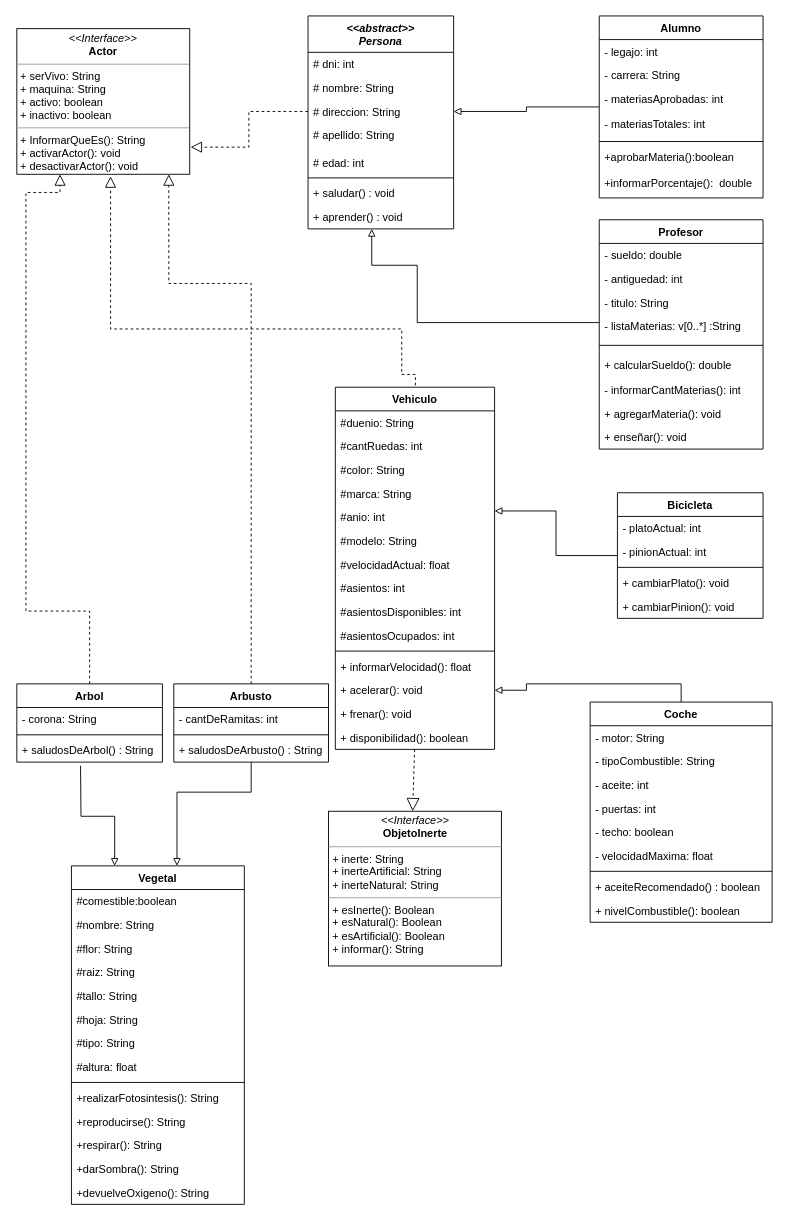
The draw.io diagram Untitled Diagram.drawio in alex90o/DiagramaDeClasesTpDigit, before the edit. Source tidied: cells renumbered, new cells numbered last; positions are measured from the earlier drawing's top-left corner, leaving out a move shared by most shapes. Both pictures are drawn from the tidied source at 91%, with x=0, y=0 at pixel (16, 15).
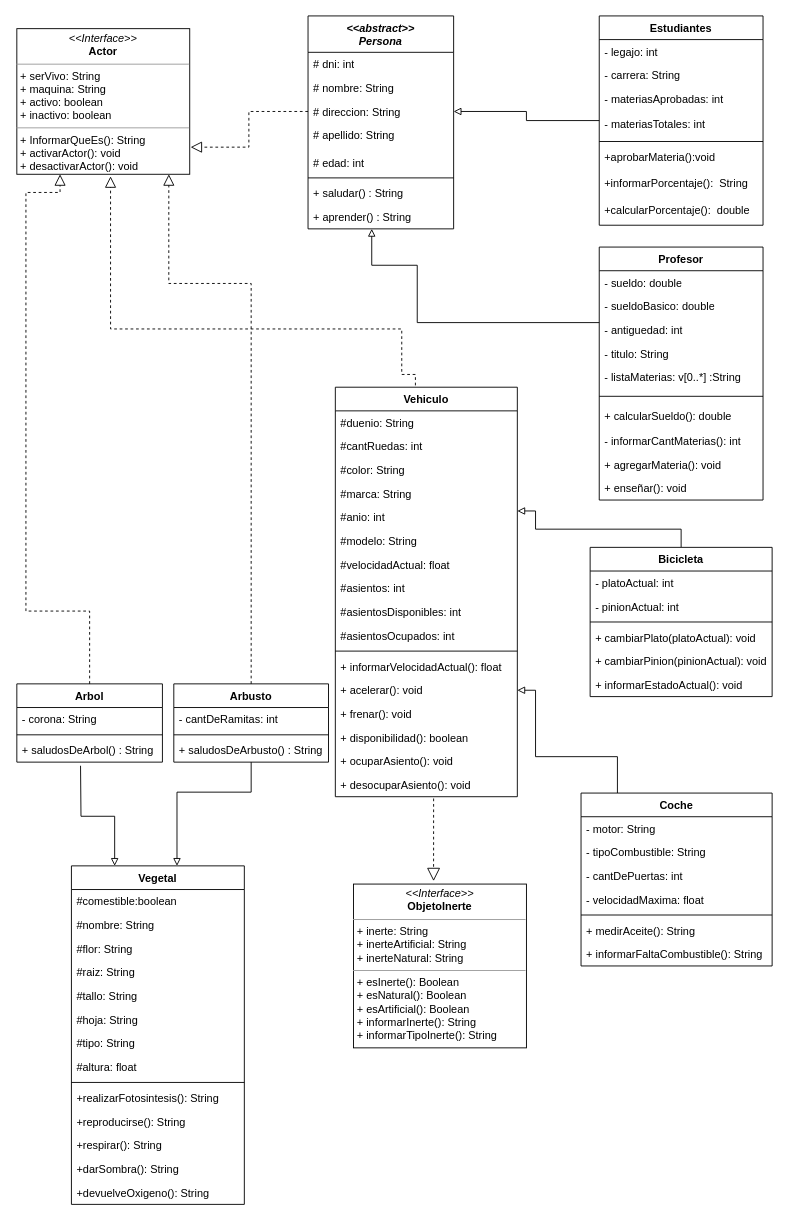
The same page after the edit.

Unchanged cells that the change refers to:
```xml
<mxCell id="4" value="&lt;&lt;abstract&gt;&gt;&#10;Persona" style="swimlane;fontStyle=3;align=center;verticalAlign=top;horizontal=1;startSize=40;" parent="1" vertex="1">
  <mxGeometry x="320" width="160" height="234" as="geometry" />
</mxCell>
```

Diff of the diagram source:
```diff
@@
-    <mxCell id="11" value="+ saludar() : void" style="text;strokeColor=none;fillColor=none;align=left;verticalAlign=top;spacingLeft=4;spacingRight=4;overflow=hidden;" parent="4" vertex="1">
+    <mxCell id="11" value="+ saludar() : String" style="text;strokeColor=none;fillColor=none;align=left;verticalAlign=top;spacingLeft=4;spacingRight=4;overflow=hidden;" parent="4" vertex="1">
       <mxGeometry y="182" width="160" height="26" as="geometry" />
     </mxCell>
-    <mxCell id="12" value="+ aprender() : void" style="text;strokeColor=none;fillColor=none;align=left;verticalAlign=top;spacingLeft=4;spacingRight=4;overflow=hidden;" parent="4" vertex="1">
+    <mxCell id="12" value="+ aprender() : String" style="text;strokeColor=none;fillColor=none;align=left;verticalAlign=top;spacingLeft=4;spacingRight=4;overflow=hidden;" parent="4" vertex="1">
       <mxGeometry y="208" width="160" height="26" as="geometry" />
     </mxCell>
     <mxCell id="13" value="Vehiculo&#10;" style="swimlane;fontStyle=1;align=center;verticalAlign=top;horizontal=1;startSize=26;" parent="1" vertex="1">
-      <mxGeometry x="350" y="408" width="175" height="398" as="geometry" />
+      <mxGeometry x="350" y="408" width="200" height="450" as="geometry" />
     </mxCell>
     <mxCell id="14" value="#duenio: String&#10;" style="text;strokeColor=none;fillColor=none;align=left;verticalAlign=top;spacingLeft=4;spacingRight=4;overflow=hidden;" parent="13" vertex="1">
-      <mxGeometry y="26" width="175" height="26" as="geometry" />
+      <mxGeometry y="26" width="200" height="26" as="geometry" />
     </mxCell>
     <mxCell id="15" value="#cantRuedas: int&#10;" style="text;strokeColor=none;fillColor=none;align=left;verticalAlign=top;spacingLeft=4;spacingRight=4;overflow=hidden;" parent="13" vertex="1">
-      <mxGeometry y="52" width="175" height="26" as="geometry" />
+      <mxGeometry y="52" width="200" height="26" as="geometry" />
     </mxCell>
     <mxCell id="16" value="#color: String&#10;" style="text;strokeColor=none;fillColor=none;align=left;verticalAlign=top;spacingLeft=4;spacingRight=4;overflow=hidden;" parent="13" vertex="1">
-      <mxGeometry y="78" width="175" height="26" as="geometry" />
+      <mxGeometry y="78" width="200" height="26" as="geometry" />
     </mxCell>
     <mxCell id="17" value="#marca: String&#10;" style="text;strokeColor=none;fillColor=none;align=left;verticalAlign=top;spacingLeft=4;spacingRight=4;overflow=hidden;" parent="13" vertex="1">
-      <mxGeometry y="104" width="175" height="26" as="geometry" />
+      <mxGeometry y="104" width="200" height="26" as="geometry" />
     </mxCell>
     <mxCell id="18" value="#anio: int&#10;" style="text;strokeColor=none;fillColor=none;align=left;verticalAlign=top;spacingLeft=4;spacingRight=4;overflow=hidden;points=[[0,0.5],[1,0.5]];portConstraint=eastwest;" parent="13" vertex="1">
-      <mxGeometry y="130" width="175" height="26" as="geometry" />
+      <mxGeometry y="130" width="200" height="26" as="geometry" />
     </mxCell>
     <mxCell id="19" value="#modelo: String&#10;" style="text;strokeColor=none;fillColor=none;align=left;verticalAlign=top;spacingLeft=4;spacingRight=4;overflow=hidden;" parent="13" vertex="1">
-      <mxGeometry y="156" width="175" height="26" as="geometry" />
+      <mxGeometry y="156" width="200" height="26" as="geometry" />
     </mxCell>
     <mxCell id="20" value="#velocidadActual: float" style="text;strokeColor=none;fillColor=none;align=left;verticalAlign=top;spacingLeft=4;spacingRight=4;overflow=hidden;" parent="13" vertex="1">
-      <mxGeometry y="182" width="175" height="26" as="geometry" />
+      <mxGeometry y="182" width="200" height="26" as="geometry" />
     </mxCell>
     <mxCell id="21" value="#asientos: int" style="text;strokeColor=none;fillColor=none;align=left;verticalAlign=top;spacingLeft=4;spacingRight=4;overflow=hidden;" parent="13" vertex="1">
-      <mxGeometry y="208" width="175" height="26" as="geometry" />
+      <mxGeometry y="208" width="200" height="26" as="geometry" />
     </mxCell>
     <mxCell id="22" value="#asientosDisponibles: int" style="text;strokeColor=none;fillColor=none;align=left;verticalAlign=top;spacingLeft=4;spacingRight=4;overflow=hidden;" parent="13" vertex="1">
-      <mxGeometry y="234" width="175" height="26" as="geometry" />
+      <mxGeometry y="234" width="200" height="26" as="geometry" />
     </mxCell>
     <mxCell id="23" value="#asientosOcupados: int" style="text;strokeColor=none;fillColor=none;align=left;verticalAlign=top;spacingLeft=4;spacingRight=4;overflow=hidden;" parent="13" vertex="1">
-      <mxGeometry y="260" width="175" height="26" as="geometry" />
+      <mxGeometry y="260" width="200" height="26" as="geometry" />
     </mxCell>
     <mxCell id="24" style="line;strokeWidth=1;fillColor=none;align=left;verticalAlign=middle;spacingTop=-1;spacingLeft=3;spacingRight=3;labelPosition=right;" parent="13" vertex="1">
-      <mxGeometry y="286" width="175" height="8" as="geometry" />
+      <mxGeometry y="286" width="200" height="8" as="geometry" />
     </mxCell>
-    <mxCell id="25" value="+ informarVelocidad(): float" style="text;strokeColor=none;fillColor=none;align=left;verticalAlign=top;spacingLeft=4;spacingRight=4;overflow=hidden;" parent="13" vertex="1">
-      <mxGeometry y="294" width="175" height="26" as="geometry" />
+    <mxCell id="25" value="+ informarVelocidadActual(): float" style="text;strokeColor=none;fillColor=none;align=left;verticalAlign=top;spacingLeft=4;spacingRight=4;overflow=hidden;" parent="13" vertex="1">
+      <mxGeometry y="294" width="200" height="26" as="geometry" />
     </mxCell>
     <mxCell id="26" value="+ acelerar(): void" style="text;strokeColor=none;fillColor=none;align=left;verticalAlign=top;spacingLeft=4;spacingRight=4;overflow=hidden;points=[[0,0.5],[1,0.5]];portConstraint=eastwest;" parent="13" vertex="1">
-      <mxGeometry y="320" width="175" height="26" as="geometry" />
+      <mxGeometry y="320" width="200" height="26" as="geometry" />
     </mxCell>
     <mxCell id="27" value="+ frenar(): void" style="text;strokeColor=none;fillColor=none;align=left;verticalAlign=top;spacingLeft=4;spacingRight=4;overflow=hidden;" parent="13" vertex="1">
-      <mxGeometry y="346" width="175" height="26" as="geometry" />
+      <mxGeometry y="346" width="200" height="26" as="geometry" />
     </mxCell>
     <mxCell id="28" value="+ disponibilidad(): boolean" style="text;strokeColor=none;fillColor=none;align=left;verticalAlign=top;spacingLeft=4;spacingRight=4;overflow=hidden;points=[[0,0.5],[1,0.5]];portConstraint=eastwest;" parent="13" vertex="1">
-      <mxGeometry y="372" width="175" height="26" as="geometry" />
+      <mxGeometry y="372" width="200" height="26" as="geometry" />
     </mxCell>
+    <mxCell id="97" value="+ ocuparAsiento(): void" style="text;strokeColor=none;fillColor=none;align=left;verticalAlign=top;spacingLeft=4;spacingRight=4;overflow=hidden;" parent="13" vertex="1">
+      <mxGeometry y="398" width="200" height="26" as="geometry" />
+    </mxCell>
+    <mxCell id="98" value="+ desocuparAsiento(): void" style="text;strokeColor=none;fillColor=none;align=left;verticalAlign=top;spacingLeft=4;spacingRight=4;overflow=hidden;points=[[0,0.5],[1,0.5]];portConstraint=eastwest;" parent="13" vertex="1">
+      <mxGeometry y="424" width="200" height="26" as="geometry" />
+    </mxCell>
@@
     <mxCell id="30" value="Profesor" style="swimlane;fontStyle=1;align=center;verticalAlign=top;horizontal=1;startSize=26;" parent="1" vertex="1">
-      <mxGeometry x="640" y="224" width="180" height="252" as="geometry" />
+      <mxGeometry x="640" y="254" width="180" height="278" as="geometry" />
     </mxCell>
@@
+    <mxCell id="99" value="- sueldoBasico: double" style="text;html=1;strokeColor=none;fillColor=none;align=left;verticalAlign=top;spacingLeft=4;spacingRight=4;whiteSpace=wrap;overflow=hidden;" parent="30" vertex="1">
+      <mxGeometry y="52" width="180" height="26" as="geometry" />
+    </mxCell>
     <mxCell id="32" value="- antiguedad: int" style="text;html=1;strokeColor=none;fillColor=none;align=left;verticalAlign=top;spacingLeft=4;spacingRight=4;whiteSpace=wrap;overflow=hidden;" parent="30" vertex="1">
-      <mxGeometry y="52" width="180" height="26" as="geometry" />
+      <mxGeometry y="78" width="180" height="26" as="geometry" />
     </mxCell>
     <mxCell id="33" value="- titulo: String" style="text;html=1;strokeColor=none;fillColor=none;align=left;verticalAlign=top;spacingLeft=4;spacingRight=4;whiteSpace=wrap;overflow=hidden;" parent="30" vertex="1">
-      <mxGeometry y="78" width="180" height="26" as="geometry" />
+      <mxGeometry y="104" width="180" height="26" as="geometry" />
     </mxCell>
     <mxCell id="34" value="- listaMaterias: v[0..*] :String" style="text;html=1;strokeColor=none;fillColor=none;align=left;verticalAlign=top;spacingLeft=4;spacingRight=4;whiteSpace=wrap;overflow=hidden;" parent="30" vertex="1">
-      <mxGeometry y="104" width="180" height="26" as="geometry" />
+      <mxGeometry y="130" width="180" height="26" as="geometry" />
     </mxCell>
     <mxCell id="35" style="line;strokeWidth=1;fillColor=none;align=left;verticalAlign=middle;spacingTop=-1;spacingLeft=3;spacingRight=3;labelPosition=right;" parent="30" vertex="1">
-      <mxGeometry y="130" width="180" height="16" as="geometry" />
+      <mxGeometry y="156" width="180" height="16" as="geometry" />
     </mxCell>
     <mxCell id="36" value="+ calcularSueldo(): double" style="text;strokeColor=none;fillColor=none;align=left;verticalAlign=top;spacingLeft=4;spacingRight=4;overflow=hidden;" parent="30" vertex="1">
-      <mxGeometry y="146" width="180" height="28" as="geometry" />
+      <mxGeometry y="172" width="180" height="28" as="geometry" />
     </mxCell>
     <mxCell id="37" value="- informarCantMaterias(): int" style="text;html=1;strokeColor=none;fillColor=none;align=left;verticalAlign=top;spacingLeft=4;spacingRight=4;whiteSpace=wrap;overflow=hidden;" parent="30" vertex="1">
-      <mxGeometry y="174" width="180" height="26" as="geometry" />
+      <mxGeometry y="200" width="180" height="26" as="geometry" />
     </mxCell>
     <mxCell id="38" value="+ agregarMateria(): void" style="text;strokeColor=none;fillColor=none;align=left;verticalAlign=top;spacingLeft=4;spacingRight=4;overflow=hidden;" parent="30" vertex="1">
-      <mxGeometry y="200" width="180" height="26" as="geometry" />
+      <mxGeometry y="226" width="180" height="26" as="geometry" />
     </mxCell>
     <mxCell id="39" value="+ enseñar(): void" style="text;strokeColor=none;fillColor=none;align=left;verticalAlign=top;spacingLeft=4;spacingRight=4;overflow=hidden;" parent="30" vertex="1">
-      <mxGeometry y="226" width="180" height="26" as="geometry" />
+      <mxGeometry y="252" width="180" height="26" as="geometry" />
     </mxCell>
@@
-    <mxCell id="41" value="Alumno" style="swimlane;fontStyle=1;align=center;verticalAlign=top;horizontal=1;startSize=26;" parent="1" vertex="1">
-      <mxGeometry x="640" width="180" height="200" as="geometry" />
+    <mxCell id="41" value="Estudiantes" style="swimlane;fontStyle=1;align=center;verticalAlign=top;horizontal=1;startSize=26;" parent="1" vertex="1">
+      <mxGeometry x="640" width="180" height="230" as="geometry" />
     </mxCell>
@@
-    <mxCell id="47" value="+aprobarMateria():boolean&#10;&#10;" style="text;strokeColor=none;fillColor=none;align=left;verticalAlign=top;spacingLeft=4;spacingRight=4;overflow=hidden;" parent="41" vertex="1">
+    <mxCell id="47" value="+aprobarMateria():void&#10;&#10;" style="text;strokeColor=none;fillColor=none;align=left;verticalAlign=top;spacingLeft=4;spacingRight=4;overflow=hidden;" parent="41" vertex="1">
       <mxGeometry y="142" width="180" height="28" as="geometry" />
     </mxCell>
-    <mxCell id="48" value="+informarPorcentaje():  double&#10;&#10;" style="text;strokeColor=none;fillColor=none;align=left;verticalAlign=top;spacingLeft=4;spacingRight=4;overflow=hidden;" parent="41" vertex="1">
+    <mxCell id="48" value="+informarPorcentaje():  String&#10;&#10;" style="text;strokeColor=none;fillColor=none;align=left;verticalAlign=top;spacingLeft=4;spacingRight=4;overflow=hidden;" parent="41" vertex="1">
       <mxGeometry y="170" width="180" height="30" as="geometry" />
     </mxCell>
+    <mxCell id="100" value="+calcularPorcentaje():  double&#10;&#10;" style="text;strokeColor=none;fillColor=none;align=left;verticalAlign=top;spacingLeft=4;spacingRight=4;overflow=hidden;" parent="41" vertex="1">
+      <mxGeometry y="200" width="180" height="30" as="geometry" />
+    </mxCell>
@@
     <mxCell id="50" style="edgeStyle=orthogonalEdgeStyle;rounded=0;jettySize=auto;html=1;entryX=1;entryY=0.231;entryDx=0;entryDy=0;entryPerimeter=0;endArrow=block;endFill=0;" parent="1" edge="1" source="51" target="18">
-      <mxGeometry relative="1" as="geometry" />
+      <mxGeometry relative="1" as="geometry">
+        <Array as="points">
+          <mxPoint x="730" y="564" />
+          <mxPoint x="570" y="564" />
+          <mxPoint x="570" y="544" />
+        </Array>
+      </mxGeometry>
     </mxCell>
     <mxCell id="51" value="Bicicleta&#10;" style="swimlane;fontStyle=1;align=center;verticalAlign=top;horizontal=1;startSize=26;" parent="1" vertex="1">
-      <mxGeometry x="660" y="524" width="160" height="138" as="geometry" />
+      <mxGeometry x="630" y="584" width="200" height="164" as="geometry" />
     </mxCell>
     <mxCell id="52" value="- platoActual: int " style="text;strokeColor=none;fillColor=none;align=left;verticalAlign=top;spacingLeft=4;spacingRight=4;overflow=hidden;" parent="51" vertex="1">
-      <mxGeometry y="26" width="160" height="26" as="geometry" />
+      <mxGeometry y="26" width="200" height="26" as="geometry" />
     </mxCell>
     <mxCell id="53" value="- pinionActual: int" style="text;strokeColor=none;fillColor=none;align=left;verticalAlign=top;spacingLeft=4;spacingRight=4;overflow=hidden;" parent="51" vertex="1">
-      <mxGeometry y="52" width="160" height="26" as="geometry" />
+      <mxGeometry y="52" width="200" height="26" as="geometry" />
     </mxCell>
     <mxCell id="54" style="line;strokeWidth=1;fillColor=none;align=left;verticalAlign=middle;spacingTop=-1;spacingLeft=3;spacingRight=3;labelPosition=right;" parent="51" vertex="1">
-      <mxGeometry y="78" width="160" height="8" as="geometry" />
+      <mxGeometry y="78" width="200" height="8" as="geometry" />
     </mxCell>
-    <mxCell id="55" value="+ cambiarPlato(): void" style="text;strokeColor=none;fillColor=none;align=left;verticalAlign=top;spacingLeft=4;spacingRight=4;overflow=hidden;" parent="51" vertex="1">
-      <mxGeometry y="86" width="160" height="26" as="geometry" />
+    <mxCell id="55" value="+ cambiarPlato(platoActual): void" style="text;strokeColor=none;fillColor=none;align=left;verticalAlign=top;spacingLeft=4;spacingRight=4;overflow=hidden;" parent="51" vertex="1">
+      <mxGeometry y="86" width="200" height="26" as="geometry" />
     </mxCell>
-    <mxCell id="56" value="+ cambiarPinion(): void" style="text;strokeColor=none;fillColor=none;align=left;verticalAlign=top;spacingLeft=4;spacingRight=4;overflow=hidden;" parent="51" vertex="1">
-      <mxGeometry y="112" width="160" height="26" as="geometry" />
+    <mxCell id="56" value="+ cambiarPinion(pinionActual): void" style="text;strokeColor=none;fillColor=none;align=left;verticalAlign=top;spacingLeft=4;spacingRight=4;overflow=hidden;" parent="51" vertex="1">
+      <mxGeometry y="112" width="200" height="26" as="geometry" />
     </mxCell>
+    <mxCell id="101" value="+ informarEstadoActual(): void" style="text;strokeColor=none;fillColor=none;align=left;verticalAlign=top;spacingLeft=4;spacingRight=4;overflow=hidden;" parent="51" vertex="1">
+      <mxGeometry y="138" width="200" height="26" as="geometry" />
+    </mxCell>
     <mxCell id="57" style="edgeStyle=orthogonalEdgeStyle;rounded=0;jettySize=auto;html=1;endArrow=block;endFill=0;" parent="1" edge="1" source="58" target="26">
       <mxGeometry relative="1" as="geometry">
         <Array as="points">
-          <mxPoint x="730" y="734" />
-          <mxPoint x="560" y="734" />
-          <mxPoint x="560" y="741" />
+          <mxPoint x="660" y="814" />
+          <mxPoint x="570" y="814" />
+          <mxPoint x="570" y="741" />
         </Array>
       </mxGeometry>
     </mxCell>
     <mxCell id="58" value="Coche" style="swimlane;fontStyle=1;align=center;verticalAlign=top;horizontal=1;startSize=26;" parent="1" vertex="1">
-      <mxGeometry x="630" y="754" width="200" height="242" as="geometry" />
+      <mxGeometry x="620" y="854" width="210" height="190" as="geometry" />
     </mxCell>
     <mxCell id="59" value="- motor: String&#10;" style="text;strokeColor=none;fillColor=none;align=left;verticalAlign=top;spacingLeft=4;spacingRight=4;overflow=hidden;" parent="58" vertex="1">
-      <mxGeometry y="26" width="200" height="26" as="geometry" />
+      <mxGeometry y="26" width="210" height="26" as="geometry" />
     </mxCell>
     <mxCell id="60" value="- tipoCombustible: String&#10;" style="text;strokeColor=none;fillColor=none;align=left;verticalAlign=top;spacingLeft=4;spacingRight=4;overflow=hidden;" parent="58" vertex="1">
-      <mxGeometry y="52" width="200" height="26" as="geometry" />
+      <mxGeometry y="52" width="210" height="26" as="geometry" />
     </mxCell>
-    <mxCell id="61" value="- aceite: int&#10;" style="text;strokeColor=none;fillColor=none;align=left;verticalAlign=top;spacingLeft=4;spacingRight=4;overflow=hidden;" parent="58" vertex="1">
-      <mxGeometry y="78" width="200" height="26" as="geometry" />
+    <mxCell id="61" value="- cantDePuertas: int&#10;" style="text;strokeColor=none;fillColor=none;align=left;verticalAlign=top;spacingLeft=4;spacingRight=4;overflow=hidden;" parent="58" vertex="1">
+      <mxGeometry y="78" width="210" height="26" as="geometry" />
     </mxCell>
-    <mxCell id="62" value="- puertas: int&#10;" style="text;strokeColor=none;fillColor=none;align=left;verticalAlign=top;spacingLeft=4;spacingRight=4;overflow=hidden;" parent="58" vertex="1">
-      <mxGeometry y="104" width="200" height="26" as="geometry" />
-    </mxCell>
-    <mxCell id="63" value="- techo: boolean&#10;" style="text;strokeColor=none;fillColor=none;align=left;verticalAlign=top;spacingLeft=4;spacingRight=4;overflow=hidden;" parent="58" vertex="1">
-      <mxGeometry y="130" width="200" height="26" as="geometry" />
-    </mxCell>
     <mxCell id="64" value="- velocidadMaxima: float&#10;" style="text;strokeColor=none;fillColor=none;align=left;verticalAlign=top;spacingLeft=4;spacingRight=4;overflow=hidden;" parent="58" vertex="1">
-      <mxGeometry y="156" width="200" height="26" as="geometry" />
+      <mxGeometry y="104" width="210" height="26" as="geometry" />
     </mxCell>
     <mxCell id="65" style="line;strokeWidth=1;fillColor=none;align=left;verticalAlign=middle;spacingTop=-1;spacingLeft=3;spacingRight=3;labelPosition=right;" parent="58" vertex="1">
-      <mxGeometry y="182" width="200" height="8" as="geometry" />
+      <mxGeometry y="130" width="210" height="8" as="geometry" />
     </mxCell>
-    <mxCell id="66" value="+ aceiteRecomendado() : boolean" style="text;strokeColor=none;fillColor=none;align=left;verticalAlign=top;spacingLeft=4;spacingRight=4;overflow=hidden;" parent="58" vertex="1">
-      <mxGeometry y="190" width="200" height="26" as="geometry" />
+    <mxCell id="66" value="+ medirAceite(): String" style="text;strokeColor=none;fillColor=none;align=left;verticalAlign=top;spacingLeft=4;spacingRight=4;overflow=hidden;" parent="58" vertex="1">
+      <mxGeometry y="138" width="210" height="26" as="geometry" />
     </mxCell>
-    <mxCell id="67" value="+ nivelCombustible(): boolean" style="text;strokeColor=none;fillColor=none;align=left;verticalAlign=top;spacingLeft=4;spacingRight=4;overflow=hidden;" parent="58" vertex="1">
-      <mxGeometry y="216" width="200" height="26" as="geometry" />
+    <mxCell id="67" value="+ informarFaltaCombustible(): String" style="text;strokeColor=none;fillColor=none;align=left;verticalAlign=top;spacingLeft=4;spacingRight=4;overflow=hidden;" parent="58" vertex="1">
+      <mxGeometry y="164" width="210" height="26" as="geometry" />
     </mxCell>
-    <mxCell id="68" style="endArrow=block;dashed=1;endFill=0;endSize=12;html=1;entryX=0.5;entryY=0;entryDx=0;entryDy=0;" parent="1" edge="1" source="28">
-      <mxGeometry relative="1" as="geometry">
-        <mxPoint x="435" y="874" as="targetPoint" />
-      </mxGeometry>
+    <mxCell id="68" style="endArrow=block;dashed=1;endFill=0;endSize=12;html=1;entryX=0.463;entryY=-0.018;entryDx=0;entryDy=0;entryPerimeter=0;exitX=0.54;exitY=1.077;exitDx=0;exitDy=0;exitPerimeter=0;" parent="1" edge="1" source="98" target="96">
+      <mxGeometry relative="1" as="geometry" />
     </mxCell>
@@
-    <mxCell id="96" value="&lt;p style=&quot;margin: 0px ; margin-top: 4px ; text-align: center&quot;&gt;&lt;i&gt;&amp;lt;&amp;lt;Interface&amp;gt;&amp;gt;&lt;/i&gt;&lt;br&gt;&lt;b&gt;ObjetoInerte&lt;/b&gt;&lt;/p&gt;&lt;hr size=&quot;1&quot;&gt;&lt;p style=&quot;margin: 0px ; margin-left: 4px&quot;&gt;+ inerte: String&lt;br&gt;+ inerteArtificial: String&lt;/p&gt;&lt;p style=&quot;margin: 0px ; margin-left: 4px&quot;&gt;+ inerteNatural: String&lt;/p&gt;&lt;hr size=&quot;1&quot;&gt;&lt;p style=&quot;margin: 0px ; margin-left: 4px&quot;&gt;+ esInerte(): Boolean&lt;br&gt;+ esNatural(): Boolean&lt;/p&gt;&lt;p style=&quot;margin: 0px ; margin-left: 4px&quot;&gt;+ esArtificial(): Boolean&lt;/p&gt;&lt;p style=&quot;margin: 0px ; margin-left: 4px&quot;&gt;+ informar(): String&lt;/p&gt;" style="verticalAlign=top;align=left;overflow=fill;fontSize=12;fontFamily=Helvetica;html=1;rounded=0;shadow=0;comic=0;labelBackgroundColor=none;strokeWidth=1;" parent="1" vertex="1">
-      <mxGeometry x="342.5" y="874" width="190" height="170" as="geometry" />
+    <mxCell id="96" value="&lt;p style=&quot;margin: 0px ; margin-top: 4px ; text-align: center&quot;&gt;&lt;i&gt;&amp;lt;&amp;lt;Interface&amp;gt;&amp;gt;&lt;/i&gt;&lt;br&gt;&lt;b&gt;ObjetoInerte&lt;/b&gt;&lt;/p&gt;&lt;hr size=&quot;1&quot;&gt;&lt;p style=&quot;margin: 0px ; margin-left: 4px&quot;&gt;+ inerte: String&lt;br&gt;+ inerteArtificial: String&lt;/p&gt;&lt;p style=&quot;margin: 0px ; margin-left: 4px&quot;&gt;+ inerteNatural: String&lt;/p&gt;&lt;hr size=&quot;1&quot;&gt;&lt;p style=&quot;margin: 0px ; margin-left: 4px&quot;&gt;+ esInerte(): Boolean&lt;br&gt;+ esNatural(): Boolean&lt;/p&gt;&lt;p style=&quot;margin: 0px ; margin-left: 4px&quot;&gt;+ esArtificial(): Boolean&lt;/p&gt;&lt;p style=&quot;margin: 0px ; margin-left: 4px&quot;&gt;+ informarInerte(): String&lt;/p&gt;&lt;p style=&quot;margin: 0px ; margin-left: 4px&quot;&gt;+ informarTipoInerte(): String&lt;/p&gt;" style="verticalAlign=top;align=left;overflow=fill;fontSize=12;fontFamily=Helvetica;html=1;rounded=0;shadow=0;comic=0;labelBackgroundColor=none;strokeWidth=1;" parent="1" vertex="1">
+      <mxGeometry x="370" y="954" width="190" height="180" as="geometry" />
     </mxCell>
```
